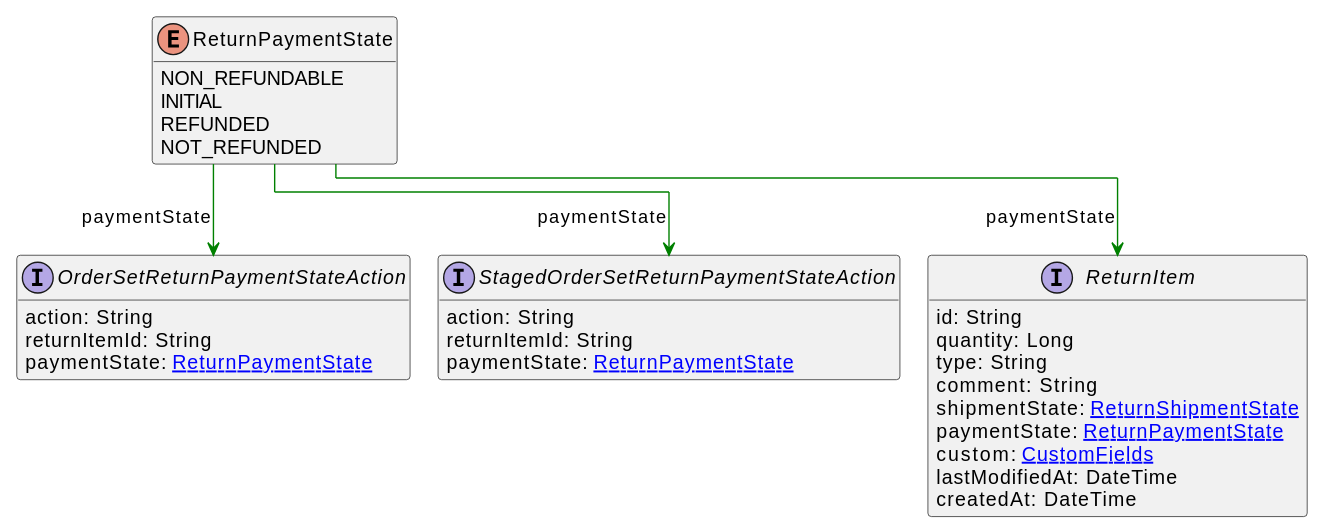
Earlier version of the PlantUML export uml/api/svg/ReturnPaymentState.svg (commercetools/commercetools-api-reference). The source it was exported from:
```plantuml
@startuml
!pragma layout elk
hide methods
enum ReturnPaymentState {
    NON_REFUNDABLE
    INITIAL
    REFUNDED
    NOT_REFUNDED
}
interface StagedOrderSetReturnPaymentStateAction [[StagedOrderSetReturnPaymentStateAction.svg]]  {
    action: String
    returnItemId: String
    paymentState: [[ReturnPaymentState.svg ReturnPaymentState]]
}
interface ReturnItem [[ReturnItem.svg]]  {
    id: String
    quantity: Long
    type: String
    comment: String
    shipmentState: [[ReturnShipmentState.svg ReturnShipmentState]]
    paymentState: [[ReturnPaymentState.svg ReturnPaymentState]]
    custom: [[CustomFields.svg CustomFields]]
    lastModifiedAt: DateTime
    createdAt: DateTime
}
interface OrderSetReturnPaymentStateAction [[OrderSetReturnPaymentStateAction.svg]]  {
    action: String
    returnItemId: String
    paymentState: [[ReturnPaymentState.svg ReturnPaymentState]]
}
ReturnPaymentState --> StagedOrderSetReturnPaymentStateAction #green;text:green : "paymentState"
ReturnPaymentState --> ReturnItem #green;text:green : "paymentState"
ReturnPaymentState --> OrderSetReturnPaymentStateAction #green;text:green : "paymentState"
@enduml
```
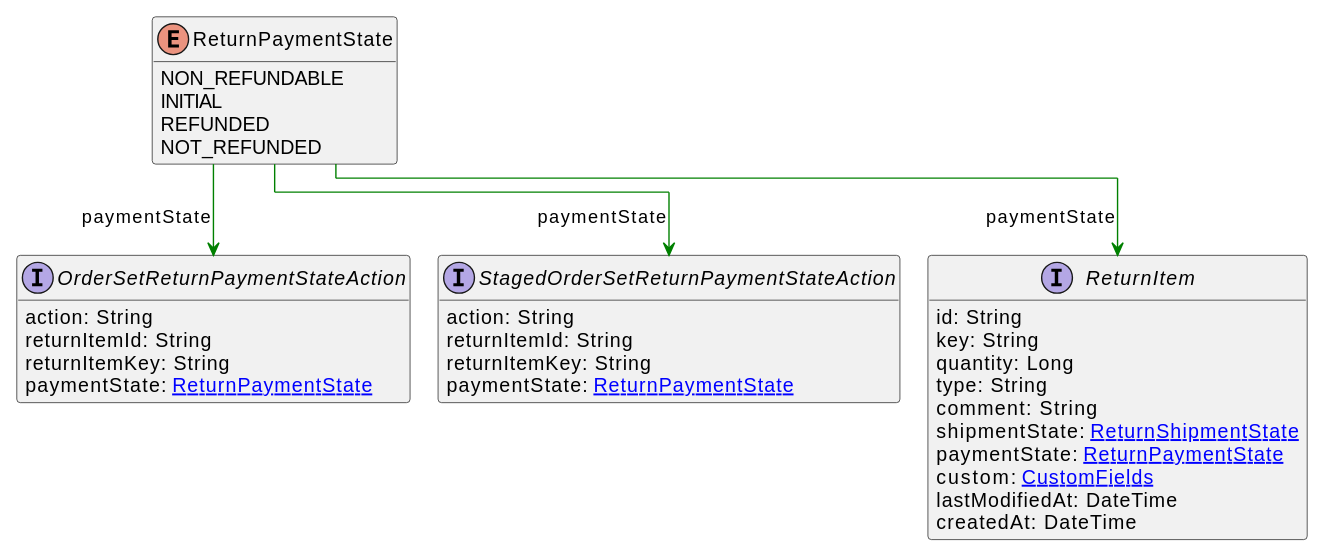
After the commit.

The edit, as a diff of the source:
```diff
@@ -10,10 +10,12 @@
 interface StagedOrderSetReturnPaymentStateAction [[StagedOrderSetReturnPaymentStateAction.svg]]  {
     action: String
     returnItemId: String
+    returnItemKey: String
     paymentState: [[ReturnPaymentState.svg ReturnPaymentState]]
 }
 interface ReturnItem [[ReturnItem.svg]]  {
     id: String
+    key: String
     quantity: Long
     type: String
     comment: String
@@ -26,6 +28,7 @@
 interface OrderSetReturnPaymentStateAction [[OrderSetReturnPaymentStateAction.svg]]  {
     action: String
     returnItemId: String
+    returnItemKey: String
     paymentState: [[ReturnPaymentState.svg ReturnPaymentState]]
 }
 ReturnPaymentState --> StagedOrderSetReturnPaymentStateAction #green;text:green : "paymentState"
```
